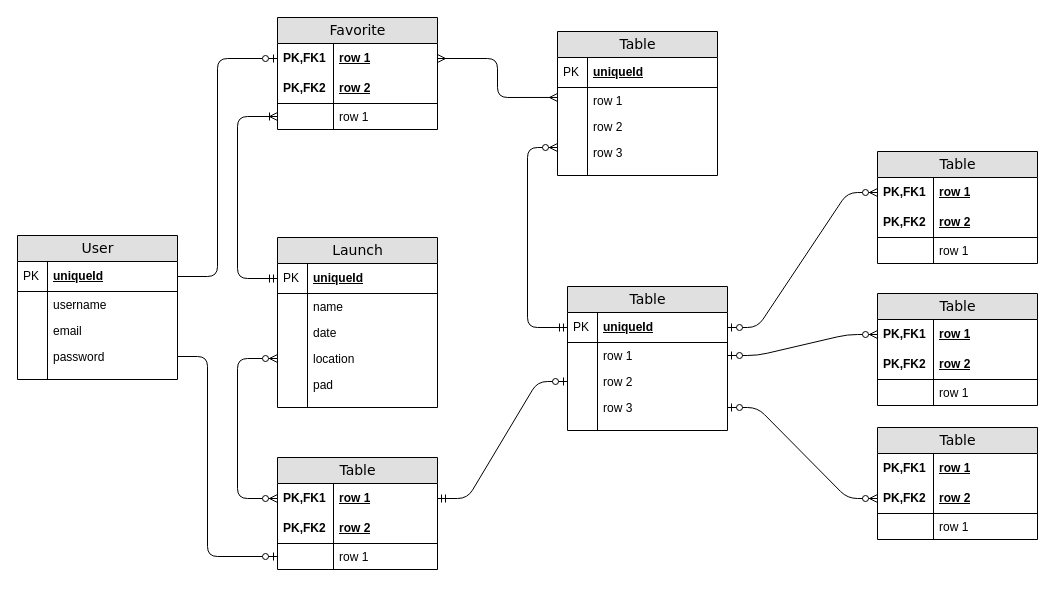
Earlier version of the draw.io diagram Launch-Tracker-Schema.drawio (jonjones320/Capstone-1). Source tidied: cells renumbered, new cells numbered last; positions are measured from the earlier drawing's top-left corner, leaving out a move shared by most shapes. Both pictures are drawn from the tidied source at 100%, with x=0, y=0 at pixel (17, 17).
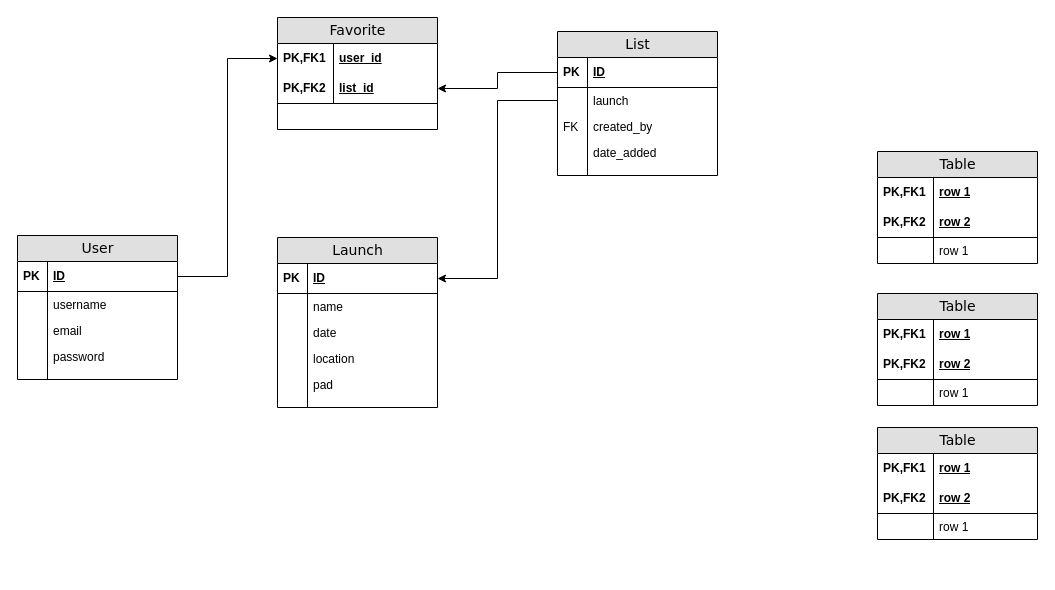
The same diagram, later.

Unchanged cells that the change refers to:
```xml
<mxCell id="2" value="Favorite" style="swimlane;html=1;fontStyle=0;horizontal=1;startSize=26;fillColor=#e0e0e0;swimlaneFillColor=#ffffff;align=center;rounded=0;shadow=0;comic=0;labelBackgroundColor=none;strokeWidth=1;fontFamily=Verdana;fontSize=14;" parent="1" vertex="1">
  <mxGeometry x="260" width="160" height="112" as="geometry" />
</mxCell>
<mxCell id="20" value="Launch" style="swimlane;html=1;fontStyle=0;horizontal=1;startSize=26;fillColor=#e0e0e0;swimlaneFillColor=#ffffff;align=center;rounded=0;shadow=0;comic=0;labelBackgroundColor=none;strokeWidth=1;fontFamily=Verdana;fontSize=14;" parent="1" vertex="1">
  <mxGeometry x="260" y="220" width="160" height="170" as="geometry" />
</mxCell>
<mxCell id="27" value="location" style="shape=partialRectangle;top=0;left=0;right=0;bottom=0;html=1;align=left;verticalAlign=top;fillColor=none;spacingLeft=34;spacingRight=4;whiteSpace=wrap;overflow=hidden;points=[[0,0.5],[1,0.5]];portConstraint=eastwest;" parent="20" vertex="1">
  <mxGeometry y="108" width="160" height="26" as="geometry" />
</mxCell>
<mxCell id="45" value="row 1" style="shape=partialRectangle;top=0;left=0;right=0;bottom=0;html=1;align=left;verticalAlign=middle;fillColor=none;spacingLeft=60;spacingRight=4;whiteSpace=wrap;overflow=hidden;points=[[0,0.5],[1,0.5]];portConstraint=eastwest;fontStyle=5;" parent="44" vertex="1">
  <mxGeometry y="26" width="160" height="30" as="geometry" />
</mxCell>
<mxCell id="65" value="row 1" style="shape=partialRectangle;top=0;left=0;right=0;bottom=0;html=1;align=left;verticalAlign=middle;fillColor=none;spacingLeft=60;spacingRight=4;whiteSpace=wrap;overflow=hidden;points=[[0,0.5],[1,0.5]];portConstraint=eastwest;fontStyle=5;" parent="64" vertex="1">
  <mxGeometry y="26" width="160" height="30" as="geometry" />
</mxCell>
<mxCell id="74" value="row 2" style="shape=partialRectangle;top=0;left=0;right=0;bottom=1;html=1;align=left;verticalAlign=middle;fillColor=none;spacingLeft=60;spacingRight=4;whiteSpace=wrap;overflow=hidden;points=[[0,0.5],[1,0.5]];portConstraint=eastwest;fontStyle=5;" parent="71" vertex="1">
  <mxGeometry y="56" width="160" height="30" as="geometry" />
</mxCell>
<mxCell id="80" value="User" style="swimlane;html=1;fontStyle=0;horizontal=1;startSize=26;fillColor=#e0e0e0;swimlaneFillColor=#ffffff;align=center;rounded=0;shadow=0;comic=0;labelBackgroundColor=none;strokeWidth=1;fontFamily=Verdana;fontSize=14;" parent="1" vertex="1">
  <mxGeometry y="218" width="160" height="144" as="geometry" />
</mxCell>
<mxCell id="87" value="password" style="shape=partialRectangle;top=0;left=0;right=0;bottom=0;html=1;align=left;verticalAlign=top;fillColor=none;spacingLeft=34;spacingRight=4;whiteSpace=wrap;overflow=hidden;points=[[0,0.5],[1,0.5]];portConstraint=eastwest;" parent="80" vertex="1">
  <mxGeometry y="108" width="160" height="26" as="geometry" />
</mxCell>
```

Change to the diagram source:
```diff
@@
-    <mxCell id="3" value="row 1" style="shape=partialRectangle;top=0;left=0;right=0;bottom=0;html=1;align=left;verticalAlign=middle;fillColor=none;spacingLeft=60;spacingRight=4;whiteSpace=wrap;overflow=hidden;points=[[0,0.5],[1,0.5]];portConstraint=eastwest;fontStyle=5;" parent="2" vertex="1">
+    <mxCell id="3" value="user_id" style="shape=partialRectangle;top=0;left=0;right=0;bottom=0;html=1;align=left;verticalAlign=middle;fillColor=none;spacingLeft=60;spacingRight=4;whiteSpace=wrap;overflow=hidden;points=[[0,0.5],[1,0.5]];portConstraint=eastwest;fontStyle=5;" parent="2" vertex="1">
       <mxGeometry y="26" width="160" height="30" as="geometry" />
     </mxCell>
@@
-    <mxCell id="5" value="row 2" style="shape=partialRectangle;top=0;left=0;right=0;bottom=1;html=1;align=left;verticalAlign=middle;fillColor=none;spacingLeft=60;spacingRight=4;whiteSpace=wrap;overflow=hidden;points=[[0,0.5],[1,0.5]];portConstraint=eastwest;fontStyle=5;" parent="2" vertex="1">
+    <mxCell id="5" value="list_id" style="shape=partialRectangle;top=0;left=0;right=0;bottom=1;html=1;align=left;verticalAlign=middle;fillColor=none;spacingLeft=60;spacingRight=4;whiteSpace=wrap;overflow=hidden;points=[[0,0.5],[1,0.5]];portConstraint=eastwest;fontStyle=5;" parent="2" vertex="1">
       <mxGeometry y="56" width="160" height="30" as="geometry" />
     </mxCell>
@@
-    <mxCell id="7" value="row 1" style="shape=partialRectangle;top=0;left=0;right=0;bottom=0;html=1;align=left;verticalAlign=top;fillColor=none;spacingLeft=60;spacingRight=4;whiteSpace=wrap;overflow=hidden;points=[[0,0.5],[1,0.5]];portConstraint=eastwest;" parent="2" vertex="1">
-      <mxGeometry y="86" width="160" height="26" as="geometry" />
-    </mxCell>
-    <mxCell id="8" style="shape=partialRectangle;top=0;left=0;bottom=0;html=1;fillColor=none;align=left;verticalAlign=top;spacingLeft=4;spacingRight=4;whiteSpace=wrap;overflow=hidden;" parent="7" vertex="1">
-      <mxGeometry width="56" height="26" as="geometry" />
-    </mxCell>
-    <mxCell id="9" value="Table" style="swimlane;html=1;fontStyle=0;horizontal=1;startSize=26;fillColor=#e0e0e0;swimlaneFillColor=#ffffff;align=center;rounded=0;shadow=0;comic=0;labelBackgroundColor=none;strokeWidth=1;fontFamily=Verdana;fontSize=14;swimlaneLine=1;" parent="1" vertex="1">
+    <mxCell id="9" value="List" style="swimlane;html=1;fontStyle=0;horizontal=1;startSize=26;fillColor=#e0e0e0;swimlaneFillColor=#ffffff;align=center;rounded=0;shadow=0;comic=0;labelBackgroundColor=none;strokeWidth=1;fontFamily=Verdana;fontSize=14;swimlaneLine=1;" parent="1" vertex="1">
       <mxGeometry x="540" y="14" width="160" height="144" as="geometry" />
     </mxCell>
-    <mxCell id="10" value="uniqueId" style="shape=partialRectangle;top=0;left=0;right=0;bottom=1;html=1;align=left;verticalAlign=middle;fillColor=none;spacingLeft=34;spacingRight=4;whiteSpace=wrap;overflow=hidden;points=[[0,0.5],[1,0.5]];portConstraint=eastwest;fontStyle=5;" parent="9" vertex="1">
+    <mxCell id="10" value="ID" style="shape=partialRectangle;top=0;left=0;right=0;bottom=1;html=1;align=left;verticalAlign=middle;fillColor=none;spacingLeft=34;spacingRight=4;whiteSpace=wrap;overflow=hidden;points=[[0,0.5],[1,0.5]];portConstraint=eastwest;fontStyle=5;" parent="9" vertex="1">
       <mxGeometry y="26" width="160" height="30" as="geometry" />
     </mxCell>
-    <mxCell id="11" value="PK" style="shape=partialRectangle;top=0;left=0;bottom=0;html=1;fillColor=none;align=left;verticalAlign=middle;spacingLeft=4;spacingRight=4;whiteSpace=wrap;overflow=hidden;" parent="10" vertex="1">
+    <mxCell id="11" value="&lt;b&gt;PK&lt;/b&gt;" style="shape=partialRectangle;top=0;left=0;bottom=0;html=1;fillColor=none;align=left;verticalAlign=middle;spacingLeft=4;spacingRight=4;whiteSpace=wrap;overflow=hidden;" parent="10" vertex="1">
       <mxGeometry width="30" height="30" as="geometry" />
     </mxCell>
-    <mxCell id="12" value="row 1" style="shape=partialRectangle;top=0;left=0;right=0;bottom=0;html=1;align=left;verticalAlign=top;fillColor=none;spacingLeft=34;spacingRight=4;whiteSpace=wrap;overflow=hidden;points=[[0,0.5],[1,0.5]];portConstraint=eastwest;" parent="9" vertex="1">
+    <mxCell id="12" value="launch" style="shape=partialRectangle;top=0;left=0;right=0;bottom=0;html=1;align=left;verticalAlign=top;fillColor=none;spacingLeft=34;spacingRight=4;whiteSpace=wrap;overflow=hidden;points=[[0,0.5],[1,0.5]];portConstraint=eastwest;" parent="9" vertex="1">
       <mxGeometry y="56" width="160" height="26" as="geometry" />
     </mxCell>
@@
-    <mxCell id="14" value="row 2" style="shape=partialRectangle;top=0;left=0;right=0;bottom=0;html=1;align=left;verticalAlign=top;fillColor=none;spacingLeft=34;spacingRight=4;whiteSpace=wrap;overflow=hidden;" parent="9" vertex="1">
+    <mxCell id="14" value="created_by" style="shape=partialRectangle;top=0;left=0;right=0;bottom=0;html=1;align=left;verticalAlign=top;fillColor=none;spacingLeft=34;spacingRight=4;whiteSpace=wrap;overflow=hidden;" parent="9" vertex="1">
       <mxGeometry y="82" width="160" height="26" as="geometry" />
     </mxCell>
-    <mxCell id="15" style="shape=partialRectangle;top=0;left=0;bottom=0;html=1;fillColor=none;align=left;verticalAlign=top;spacingLeft=4;spacingRight=4;whiteSpace=wrap;overflow=hidden;" parent="14" vertex="1">
+    <mxCell id="15" value="FK" style="shape=partialRectangle;top=0;left=0;bottom=0;html=1;fillColor=none;align=left;verticalAlign=top;spacingLeft=4;spacingRight=4;whiteSpace=wrap;overflow=hidden;" parent="14" vertex="1">
       <mxGeometry width="30" height="26" as="geometry" />
     </mxCell>
-    <mxCell id="16" value="row 3" style="shape=partialRectangle;top=0;left=0;right=0;bottom=0;html=1;align=left;verticalAlign=top;fillColor=none;spacingLeft=34;spacingRight=4;whiteSpace=wrap;overflow=hidden;points=[[0,0.5],[1,0.5]];portConstraint=eastwest;" parent="9" vertex="1">
+    <mxCell id="16" value="date_added" style="shape=partialRectangle;top=0;left=0;right=0;bottom=0;html=1;align=left;verticalAlign=top;fillColor=none;spacingLeft=34;spacingRight=4;whiteSpace=wrap;overflow=hidden;points=[[0,0.5],[1,0.5]];portConstraint=eastwest;" parent="9" vertex="1">
       <mxGeometry y="108" width="160" height="26" as="geometry" />
     </mxCell>
@@
-    <mxCell id="21" value="uniqueId" style="shape=partialRectangle;top=0;left=0;right=0;bottom=1;html=1;align=left;verticalAlign=middle;fillColor=none;spacingLeft=34;spacingRight=4;whiteSpace=wrap;overflow=hidden;points=[[0,0.5],[1,0.5]];portConstraint=eastwest;fontStyle=5;" parent="20" vertex="1">
+    <mxCell id="21" value="ID" style="shape=partialRectangle;top=0;left=0;right=0;bottom=1;html=1;align=left;verticalAlign=middle;fillColor=none;spacingLeft=34;spacingRight=4;whiteSpace=wrap;overflow=hidden;points=[[0,0.5],[1,0.5]];portConstraint=eastwest;fontStyle=5;" parent="20" vertex="1">
       <mxGeometry y="26" width="160" height="30" as="geometry" />
     </mxCell>
-    <mxCell id="22" value="PK" style="shape=partialRectangle;top=0;left=0;bottom=0;html=1;fillColor=none;align=left;verticalAlign=middle;spacingLeft=4;spacingRight=4;whiteSpace=wrap;overflow=hidden;" parent="21" vertex="1">
+    <mxCell id="22" value="&lt;b&gt;PK&lt;/b&gt;" style="shape=partialRectangle;top=0;left=0;bottom=0;html=1;fillColor=none;align=left;verticalAlign=middle;spacingLeft=4;spacingRight=4;whiteSpace=wrap;overflow=hidden;" parent="21" vertex="1">
       <mxGeometry width="30" height="30" as="geometry" />
     </mxCell>
@@
-    <mxCell id="33" value="Table" style="swimlane;html=1;fontStyle=0;horizontal=1;startSize=26;fillColor=#e0e0e0;swimlaneFillColor=#ffffff;align=center;rounded=0;shadow=0;comic=0;labelBackgroundColor=none;strokeWidth=1;fontFamily=Verdana;fontSize=14;" parent="1" vertex="1">
-      <mxGeometry x="550" y="269" width="160" height="144" as="geometry" />
-    </mxCell>
-    <mxCell id="34" value="uniqueId" style="shape=partialRectangle;top=0;left=0;right=0;bottom=1;html=1;align=left;verticalAlign=middle;fillColor=none;spacingLeft=34;spacingRight=4;whiteSpace=wrap;overflow=hidden;points=[[0,0.5],[1,0.5]];portConstraint=eastwest;fontStyle=5;" parent="33" vertex="1">
-      <mxGeometry y="26" width="160" height="30" as="geometry" />
-    </mxCell>
-    <mxCell id="35" value="PK" style="shape=partialRectangle;top=0;left=0;bottom=0;html=1;fillColor=none;align=left;verticalAlign=middle;spacingLeft=4;spacingRight=4;whiteSpace=wrap;overflow=hidden;" parent="34" vertex="1">
-      <mxGeometry width="30" height="30" as="geometry" />
-    </mxCell>
-    <mxCell id="36" value="row 1" style="shape=partialRectangle;top=0;left=0;right=0;bottom=0;html=1;align=left;verticalAlign=top;fillColor=none;spacingLeft=34;spacingRight=4;whiteSpace=wrap;overflow=hidden;points=[[0,0.5],[1,0.5]];portConstraint=eastwest;" parent="33" vertex="1">
-      <mxGeometry y="56" width="160" height="26" as="geometry" />
-    </mxCell>
-    <mxCell id="37" style="shape=partialRectangle;top=0;left=0;bottom=0;html=1;fillColor=none;align=left;verticalAlign=top;spacingLeft=4;spacingRight=4;whiteSpace=wrap;overflow=hidden;" parent="36" vertex="1">
-      <mxGeometry width="30" height="26" as="geometry" />
-    </mxCell>
-    <mxCell id="38" value="row 2" style="shape=partialRectangle;top=0;left=0;right=0;bottom=0;html=1;align=left;verticalAlign=top;fillColor=none;spacingLeft=34;spacingRight=4;whiteSpace=wrap;overflow=hidden;points=[[0,0.5],[1,0.5]];portConstraint=eastwest;" parent="33" vertex="1">
-      <mxGeometry y="82" width="160" height="26" as="geometry" />
-    </mxCell>
-    <mxCell id="39" style="shape=partialRectangle;top=0;left=0;bottom=0;html=1;fillColor=none;align=left;verticalAlign=top;spacingLeft=4;spacingRight=4;whiteSpace=wrap;overflow=hidden;" parent="38" vertex="1">
-      <mxGeometry width="30" height="26" as="geometry" />
-    </mxCell>
-    <mxCell id="40" value="row 3" style="shape=partialRectangle;top=0;left=0;right=0;bottom=0;html=1;align=left;verticalAlign=top;fillColor=none;spacingLeft=34;spacingRight=4;whiteSpace=wrap;overflow=hidden;points=[[0,0.5],[1,0.5]];portConstraint=eastwest;" parent="33" vertex="1">
-      <mxGeometry y="108" width="160" height="26" as="geometry" />
-    </mxCell>
-    <mxCell id="41" style="shape=partialRectangle;top=0;left=0;bottom=0;html=1;fillColor=none;align=left;verticalAlign=top;spacingLeft=4;spacingRight=4;whiteSpace=wrap;overflow=hidden;" parent="40" vertex="1">
-      <mxGeometry width="30" height="26" as="geometry" />
-    </mxCell>
-    <mxCell id="42" style="shape=partialRectangle;top=0;left=0;right=0;bottom=0;html=1;align=left;verticalAlign=top;fillColor=none;spacingLeft=34;spacingRight=4;whiteSpace=wrap;overflow=hidden;" parent="33" vertex="1">
-      <mxGeometry y="134" width="160" height="10" as="geometry" />
-    </mxCell>
-    <mxCell id="43" style="shape=partialRectangle;top=0;left=0;bottom=0;html=1;fillColor=none;align=left;verticalAlign=top;spacingLeft=4;spacingRight=4;whiteSpace=wrap;overflow=hidden;" parent="42" vertex="1">
-      <mxGeometry width="30" height="10" as="geometry" />
-    </mxCell>
@@
-    <mxCell id="51" value="Table" style="swimlane;html=1;fontStyle=0;horizontal=1;startSize=26;fillColor=#e0e0e0;swimlaneFillColor=#ffffff;align=center;rounded=0;shadow=0;comic=0;labelBackgroundColor=none;strokeWidth=1;fontFamily=Verdana;fontSize=14;" parent="1" vertex="1">
-      <mxGeometry x="260" y="440" width="160" height="112" as="geometry" />
-    </mxCell>
-    <mxCell id="52" value="row 1" style="shape=partialRectangle;top=0;left=0;right=0;bottom=0;html=1;align=left;verticalAlign=middle;fillColor=none;spacingLeft=60;spacingRight=4;whiteSpace=wrap;overflow=hidden;points=[[0,0.5],[1,0.5]];portConstraint=eastwest;fontStyle=5;" parent="51" vertex="1">
-      <mxGeometry y="26" width="160" height="30" as="geometry" />
-    </mxCell>
-    <mxCell id="53" value="PK,FK1" style="shape=partialRectangle;fontStyle=1;top=0;left=0;bottom=0;html=1;fillColor=none;align=left;verticalAlign=middle;spacingLeft=4;spacingRight=4;whiteSpace=wrap;overflow=hidden;" parent="52" vertex="1">
-      <mxGeometry width="56" height="30" as="geometry" />
-    </mxCell>
-    <mxCell id="54" value="row 2" style="shape=partialRectangle;top=0;left=0;right=0;bottom=1;html=1;align=left;verticalAlign=middle;fillColor=none;spacingLeft=60;spacingRight=4;whiteSpace=wrap;overflow=hidden;fontStyle=5;" parent="51" vertex="1">
-      <mxGeometry y="56" width="160" height="30" as="geometry" />
-    </mxCell>
-    <mxCell id="55" value="PK,FK2" style="shape=partialRectangle;fontStyle=1;top=0;left=0;bottom=0;html=1;fillColor=none;align=left;verticalAlign=middle;spacingLeft=4;spacingRight=4;whiteSpace=wrap;overflow=hidden;" parent="54" vertex="1">
-      <mxGeometry width="56" height="30" as="geometry" />
-    </mxCell>
-    <mxCell id="56" value="row 1" style="shape=partialRectangle;top=0;left=0;right=0;bottom=0;html=1;align=left;verticalAlign=top;fillColor=none;spacingLeft=60;spacingRight=4;whiteSpace=wrap;overflow=hidden;points=[[0,0.5],[1,0.5]];portConstraint=eastwest;" parent="51" vertex="1">
-      <mxGeometry y="86" width="160" height="26" as="geometry" />
-    </mxCell>
-    <mxCell id="57" style="shape=partialRectangle;top=0;left=0;bottom=0;html=1;fillColor=none;align=left;verticalAlign=top;spacingLeft=4;spacingRight=4;whiteSpace=wrap;overflow=hidden;" parent="56" vertex="1">
-      <mxGeometry width="56" height="26" as="geometry" />
-    </mxCell>
-    <mxCell id="58" style="edgeStyle=orthogonalEdgeStyle;html=1;endArrow=ERoneToMany;startArrow=ERmandOne;labelBackgroundColor=none;fontFamily=Verdana;fontSize=14;entryX=0;entryY=0.5;exitX=0;exitY=0.5;" parent="1" edge="1" source="21" target="7">
-      <mxGeometry relative="1" as="geometry">
-        <Array as="points">
-          <mxPoint x="220" y="261" />
-          <mxPoint x="220" y="99" />
-        </Array>
-      </mxGeometry>
-    </mxCell>
-    <mxCell id="59" style="edgeStyle=orthogonalEdgeStyle;html=1;endArrow=ERzeroToMany;endFill=1;startArrow=ERzeroToMany;labelBackgroundColor=none;fontFamily=Verdana;fontSize=14;entryX=0;entryY=0.5;exitX=0;exitY=0.5;" parent="1" edge="1" source="52" target="27">
-      <mxGeometry relative="1" as="geometry">
-        <Array as="points">
-          <mxPoint x="220" y="481" />
-          <mxPoint x="220" y="341" />
-        </Array>
-      </mxGeometry>
-    </mxCell>
-    <mxCell id="60" style="edgeStyle=orthogonalEdgeStyle;html=1;endArrow=ERmany;startArrow=ERmany;labelBackgroundColor=none;fontFamily=Verdana;fontSize=14;entryX=1;entryY=0.5;exitX=0;exitY=0.383;exitPerimeter=0;" parent="1" edge="1" source="12" target="3">
-      <mxGeometry relative="1" as="geometry">
-        <Array as="points">
-          <mxPoint x="480" y="80" />
-          <mxPoint x="480" y="41" />
-        </Array>
-      </mxGeometry>
-    </mxCell>
-    <mxCell id="61" style="edgeStyle=orthogonalEdgeStyle;html=1;endArrow=ERzeroToMany;startArrow=ERmandOne;labelBackgroundColor=none;fontFamily=Verdana;fontSize=14;entryX=0;entryY=0.308;entryPerimeter=0;exitX=0;exitY=0.5;" parent="1" edge="1" source="34" target="16">
-      <mxGeometry relative="1" as="geometry">
-        <Array as="points">
-          <mxPoint x="510" y="310" />
-          <mxPoint x="510" y="130" />
-        </Array>
-      </mxGeometry>
-    </mxCell>
-    <mxCell id="62" style="edgeStyle=entityRelationEdgeStyle;html=1;endArrow=ERzeroToOne;startArrow=ERmandOne;labelBackgroundColor=none;fontFamily=Verdana;fontSize=14;exitX=1;exitY=0.5;entryX=0;entryY=0.5;" parent="1" edge="1" source="52" target="38">
-      <mxGeometry relative="1" as="geometry" />
-    </mxCell>
-    <mxCell id="63" style="edgeStyle=entityRelationEdgeStyle;html=1;endArrow=ERzeroToMany;startArrow=ERzeroToOne;labelBackgroundColor=none;fontFamily=Verdana;fontSize=14;entryX=0;entryY=0.5;exitX=1;exitY=0.5;" parent="1" edge="1" source="34" target="45">
-      <mxGeometry relative="1" as="geometry" />
-    </mxCell>
@@
-    <mxCell id="78" style="edgeStyle=entityRelationEdgeStyle;html=1;endArrow=ERzeroToMany;startArrow=ERzeroToOne;labelBackgroundColor=none;fontFamily=Verdana;fontSize=14;entryX=0;entryY=0.5;exitX=1;exitY=0.5;" parent="1" edge="1" source="36" target="65">
-      <mxGeometry relative="1" as="geometry" />
-    </mxCell>
-    <mxCell id="79" style="edgeStyle=entityRelationEdgeStyle;html=1;endArrow=ERzeroToMany;startArrow=ERzeroToOne;labelBackgroundColor=none;fontFamily=Verdana;fontSize=14;entryX=0;entryY=0.5;exitX=1;exitY=0.5;" parent="1" edge="1" source="40" target="74">
-      <mxGeometry relative="1" as="geometry" />
-    </mxCell>
@@
-    <mxCell id="81" value="uniqueId" style="shape=partialRectangle;top=0;left=0;right=0;bottom=1;html=1;align=left;verticalAlign=middle;fillColor=none;spacingLeft=34;spacingRight=4;whiteSpace=wrap;overflow=hidden;points=[[0,0.5],[1,0.5]];portConstraint=eastwest;fontStyle=5;" parent="80" vertex="1">
+    <mxCell id="81" value="ID" style="shape=partialRectangle;top=0;left=0;right=0;bottom=1;html=1;align=left;verticalAlign=middle;fillColor=none;spacingLeft=34;spacingRight=4;whiteSpace=wrap;overflow=hidden;points=[[0,0.5],[1,0.5]];portConstraint=eastwest;fontStyle=5;" parent="80" vertex="1">
       <mxGeometry y="26" width="160" height="30" as="geometry" />
     </mxCell>
-    <mxCell id="82" value="PK" style="shape=partialRectangle;top=0;left=0;bottom=0;html=1;fillColor=none;align=left;verticalAlign=middle;spacingLeft=4;spacingRight=4;whiteSpace=wrap;overflow=hidden;" parent="81" vertex="1">
+    <mxCell id="82" value="&lt;b&gt;PK&lt;/b&gt;" style="shape=partialRectangle;top=0;left=0;bottom=0;html=1;fillColor=none;align=left;verticalAlign=middle;spacingLeft=4;spacingRight=4;whiteSpace=wrap;overflow=hidden;" parent="81" vertex="1">
       <mxGeometry width="30" height="30" as="geometry" />
     </mxCell>
@@
+    <mxCell id="93" style="edgeStyle=orthogonalEdgeStyle;rounded=0;jettySize=auto;html=1;exitX=0;exitY=0.5;exitDx=0;exitDy=0;entryX=1;entryY=0.5;entryDx=0;entryDy=0;" parent="1" edge="1" source="12" target="21">
+      <mxGeometry relative="1" as="geometry" />
+    </mxCell>
-    <mxCell id="91" style="edgeStyle=orthogonalEdgeStyle;html=1;endArrow=ERzeroToOne;endFill=1;labelBackgroundColor=none;fontFamily=Verdana;fontSize=14;entryX=0;entryY=0.5;exitX=1;exitY=0.5;" parent="1" edge="1" source="81" target="3">
-      <mxGeometry relative="1" as="geometry">
-        <Array as="points">
-          <mxPoint x="200" y="259" />
-          <mxPoint x="200" y="41" />
-        </Array>
-      </mxGeometry>
+    <mxCell id="91" style="edgeStyle=orthogonalEdgeStyle;rounded=0;jettySize=auto;html=1;exitX=1;exitY=0.5;exitDx=0;exitDy=0;entryX=0;entryY=0.5;entryDx=0;entryDy=0;" parent="1" edge="1" source="81" target="3">
+      <mxGeometry relative="1" as="geometry" />
     </mxCell>
-    <mxCell id="92" style="edgeStyle=orthogonalEdgeStyle;html=1;endArrow=ERzeroToOne;endFill=1;labelBackgroundColor=none;fontFamily=Verdana;fontSize=14;entryX=0;entryY=0.5;exitX=1;exitY=0.5;" parent="1" edge="1" source="87" target="56">
-      <mxGeometry relative="1" as="geometry">
-        <Array as="points">
-          <mxPoint x="190" y="339" />
-          <mxPoint x="190" y="539" />
-        </Array>
-      </mxGeometry>
-    </mxCell>
+    <mxCell id="94" style="edgeStyle=orthogonalEdgeStyle;rounded=0;jettySize=auto;html=1;exitX=0;exitY=0.5;exitDx=0;exitDy=0;entryX=1;entryY=0.5;entryDx=0;entryDy=0;" parent="1" edge="1" source="10" target="5">
+      <mxGeometry relative="1" as="geometry" />
+    </mxCell>
```
